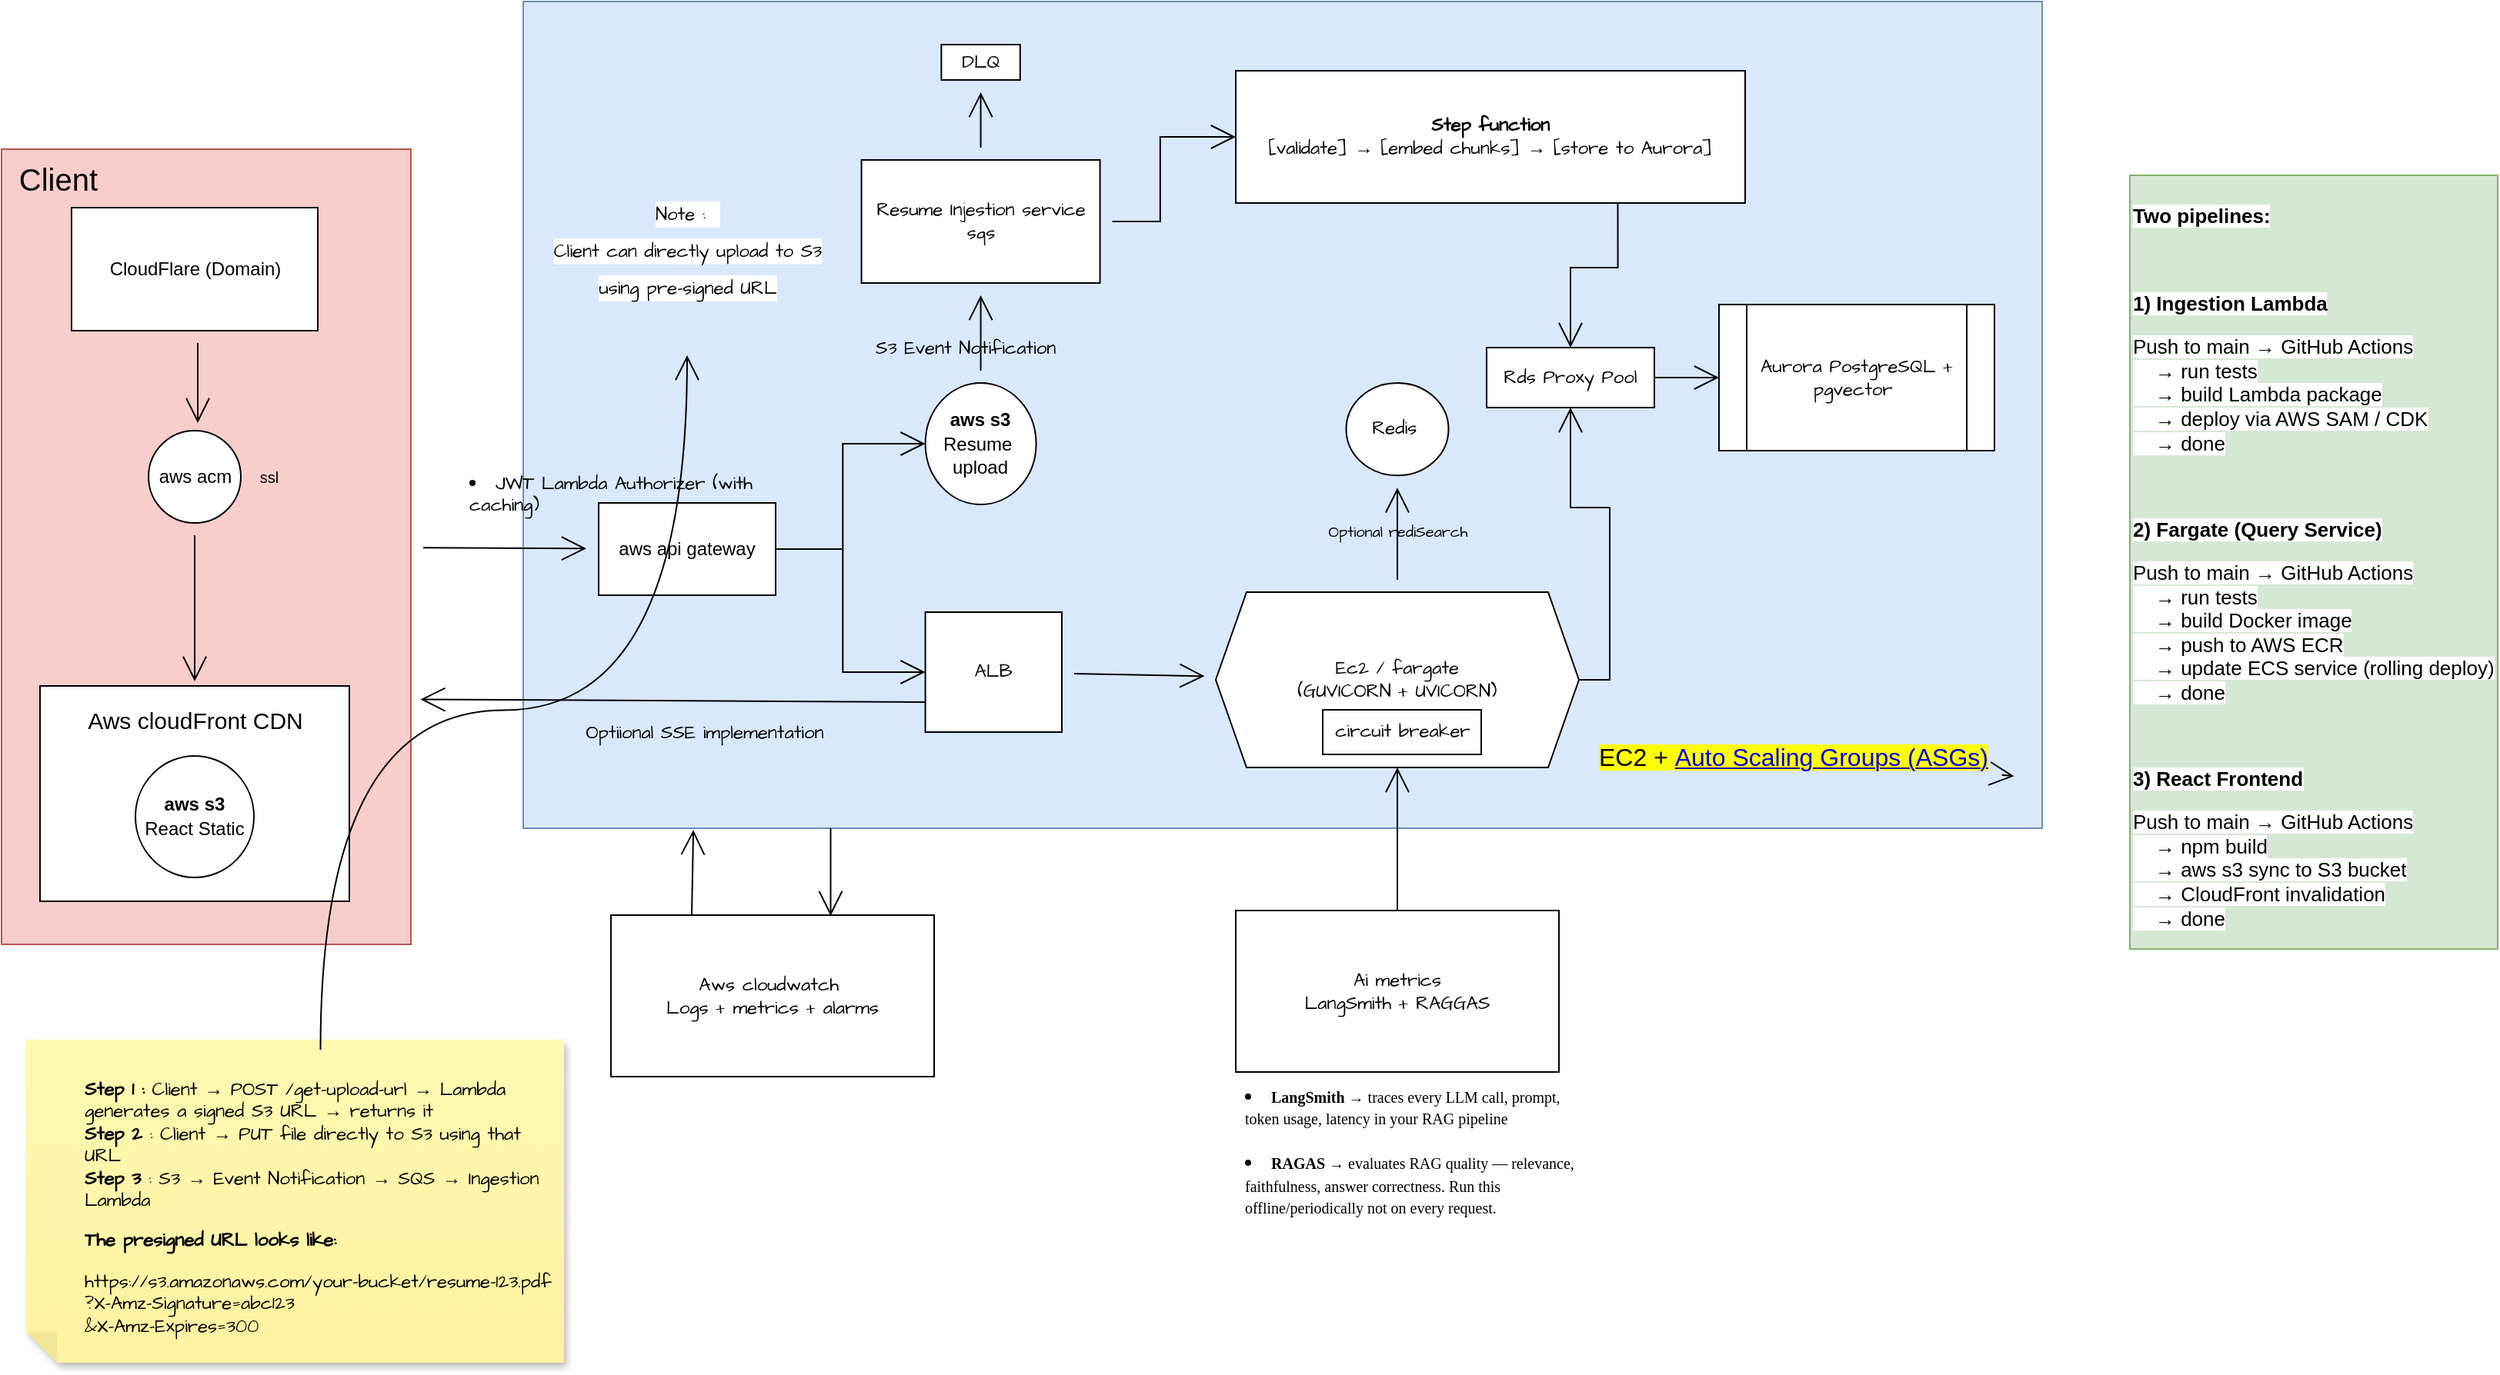
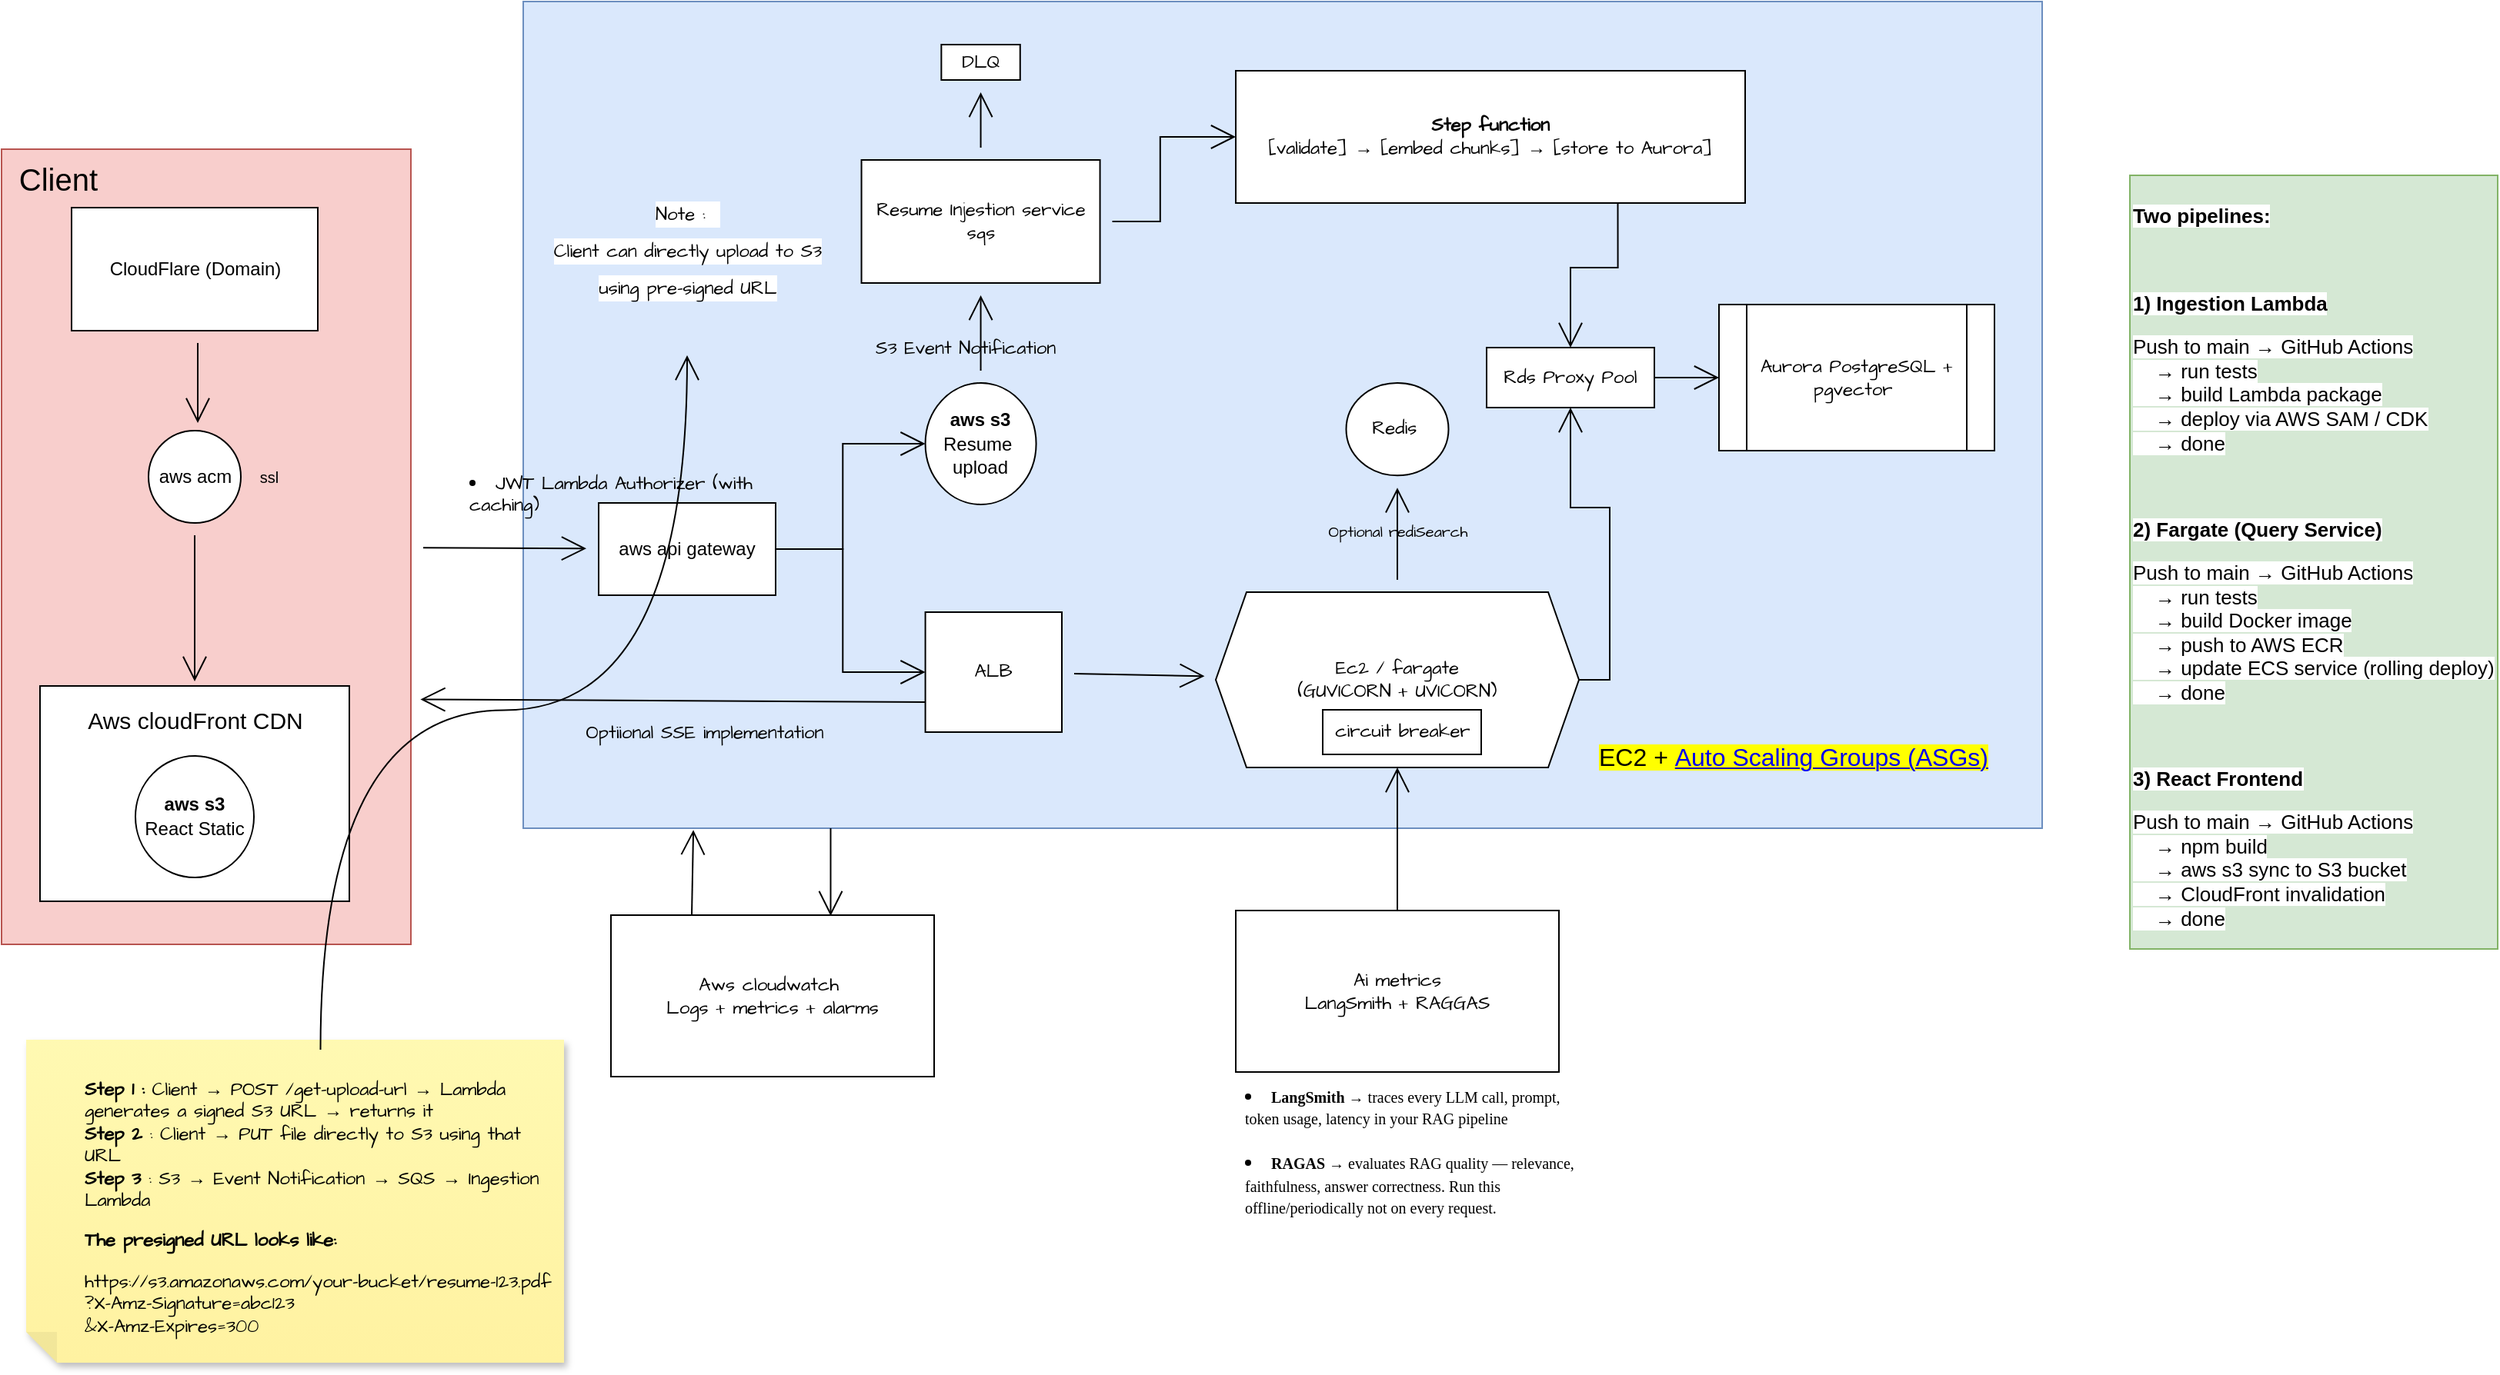
<mxfile host="app.diagrams.net">
  <diagram name="Page-1" id="SOHPCcRNUhLTlrNE90n2">
-     <mxGraphModel dx="2808" dy="1317" grid="0" gridSize="10" guides="1" tooltips="1" connect="1" arrows="1" fold="1" page="0" pageScale="1" pageWidth="850" pageHeight="1100" math="0" shadow="0">
+     <mxGraphModel dx="3210" dy="1500" grid="0" gridSize="10" guides="1" tooltips="1" connect="1" arrows="1" fold="1" page="0" pageScale="1" pageWidth="850" pageHeight="1100" math="0" shadow="0">
      <root>
        <mxCell id="0" />
        <mxCell id="1" parent="0" />
        <mxCell id="rra6tTRvJPethr66ALMW-102" parent="1" style="shape=note;whiteSpace=wrap;html=1;backgroundOutline=1;fontColor=#000000;darkOpacity=0.05;fillColor=#FFF9B2;strokeColor=none;fillStyle=solid;direction=west;gradientDirection=north;gradientColor=#FFF2A1;shadow=1;size=20;autosizeText=1;fontFamily=Architects Daughter;fontSource=https%3A%2F%2Ffonts.googleapis.com%2Fcss%3Ffamily%3DArchitects%2BDaughter;" value="" vertex="1">
          <mxGeometry height="210" width="349.5" x="-684" y="308" as="geometry" />
        </mxCell>
        <mxCell id="rra6tTRvJPethr66ALMW-70" parent="1" style="rounded=0;whiteSpace=wrap;html=1;fontFamily=Architects Daughter;fontSource=https%3A%2F%2Ffonts.googleapis.com%2Fcss%3Ffamily%3DArchitects%2BDaughter;fillColor=#dae8fc;strokeColor=#6c8ebf;" value="" vertex="1">
          <mxGeometry height="537.5" width="987" x="-361" y="-367" as="geometry" />
        </mxCell>
        <mxCell id="rra6tTRvJPethr66ALMW-100" edge="1" parent="1" source="rra6tTRvJPethr66ALMW-55" style="edgeStyle=orthogonalEdgeStyle;rounded=0;orthogonalLoop=1;jettySize=auto;html=1;exitX=0.75;exitY=1;exitDx=0;exitDy=0;entryX=0.5;entryY=0;entryDx=0;entryDy=0;fontFamily=Architects Daughter;fontSource=https%3A%2F%2Ffonts.googleapis.com%2Fcss%3Ffamily%3DArchitects%2BDaughter;fontSize=16;startSize=14;endArrow=open;endSize=14;sourcePerimeterSpacing=8;targetPerimeterSpacing=8;" target="rra6tTRvJPethr66ALMW-95">
          <mxGeometry relative="1" as="geometry" />
        </mxCell>
        <mxCell id="rra6tTRvJPethr66ALMW-55" parent="1" style="rounded=0;whiteSpace=wrap;html=1;fontFamily=Architects Daughter;fontSource=https%3A%2F%2Ffonts.googleapis.com%2Fcss%3Ffamily%3DArchitects%2BDaughter;" value="&lt;span style=&quot;text-align: left;&quot;&gt;&lt;b&gt;Step function&lt;/b&gt;&lt;br&gt;[validate] → [embed chunks] → [store to Aurora]&lt;/span&gt;" vertex="1">
          <mxGeometry height="86" width="331" x="102" y="-322" as="geometry" />
        </mxCell>
        <mxCell id="rra6tTRvJPethr66ALMW-19" edge="1" parent="1" source="rra6tTRvJPethr66ALMW-16" style="edgeStyle=none;curved=1;rounded=0;orthogonalLoop=1;jettySize=auto;html=1;fontFamily=Architects Daughter;fontSource=https%3A%2F%2Ffonts.googleapis.com%2Fcss%3Ffamily%3DArchitects%2BDaughter;fontSize=16;startSize=14;endArrow=open;endSize=14;sourcePerimeterSpacing=8;targetPerimeterSpacing=8;" target="rra6tTRvJPethr66ALMW-18" value="">
          <mxGeometry relative="1" as="geometry" />
        </mxCell>
        <mxCell id="rra6tTRvJPethr66ALMW-16" parent="1" style="rounded=0;whiteSpace=wrap;html=1;fontFamily=Architects Daughter;fontSource=https%3A%2F%2Ffonts.googleapis.com%2Fcss%3Ffamily%3DArchitects%2BDaughter;fillColor=#f8cecc;strokeColor=#b85450;" value="" vertex="1">
          <mxGeometry height="517" width="266" x="-700" y="-271" as="geometry" />
        </mxCell>
        <mxCell id="rra6tTRvJPethr66ALMW-2" parent="1" style="rounded=0;whiteSpace=wrap;html=1;fontFamily=Architects Daughter;fontSource=https%3A%2F%2Ffonts.googleapis.com%2Fcss%3Ffamily%3DArchitects%2BDaughter;" value="" vertex="1">
          <mxGeometry height="140" width="201" x="-675" y="78" as="geometry" />
        </mxCell>
        <mxCell id="rra6tTRvJPethr66ALMW-1" parent="1" style="ellipse;whiteSpace=wrap;html=1;fontFamily=Architects Daughter;fontSource=https%3A%2F%2Ffonts.googleapis.com%2Fcss%3Ffamily%3DArchitects%2BDaughter;" value="&lt;font face=&quot;Helvetica&quot;&gt;&lt;b&gt;aws s3&lt;/b&gt;&lt;br&gt;React Static&lt;/font&gt;" vertex="1">
          <mxGeometry height="79" width="77" x="-613" y="123.5" as="geometry" />
        </mxCell>
        <mxCell id="rra6tTRvJPethr66ALMW-3" parent="1" style="text;html=1;whiteSpace=wrap;strokeColor=none;fillColor=none;align=center;verticalAlign=middle;rounded=0;fontSize=20;fontFamily=Helvetica;" value="&lt;font style=&quot;font-size: 15px;&quot;&gt;Aws cloudFront CDN&lt;/font&gt;" vertex="1">
          <mxGeometry height="30" width="186" x="-667.5" y="83" as="geometry" />
        </mxCell>
        <mxCell id="rra6tTRvJPethr66ALMW-10" edge="1" parent="1" style="edgeStyle=none;curved=1;rounded=0;orthogonalLoop=1;jettySize=auto;html=1;fontFamily=Architects Daughter;fontSource=https%3A%2F%2Ffonts.googleapis.com%2Fcss%3Ffamily%3DArchitects%2BDaughter;fontSize=16;startSize=14;endArrow=open;endSize=14;sourcePerimeterSpacing=8;targetPerimeterSpacing=8;" value="">
          <mxGeometry relative="1" as="geometry">
            <mxPoint x="-572.5" y="-145" as="sourcePoint" />
            <mxPoint x="-572.5" y="-93" as="targetPoint" />
          </mxGeometry>
        </mxCell>
        <mxCell id="rra6tTRvJPethr66ALMW-5" parent="1" style="rounded=0;whiteSpace=wrap;html=1;fontFamily=Helvetica;" value="CloudFlare (Domain)" vertex="1">
          <mxGeometry height="80" width="160" x="-654.5" y="-233" as="geometry" />
        </mxCell>
        <mxCell id="rra6tTRvJPethr66ALMW-14" edge="1" parent="1" source="rra6tTRvJPethr66ALMW-12" style="edgeStyle=none;curved=1;rounded=0;orthogonalLoop=1;jettySize=auto;html=1;fontFamily=Architects Daughter;fontSource=https%3A%2F%2Ffonts.googleapis.com%2Fcss%3Ffamily%3DArchitects%2BDaughter;fontSize=16;startSize=14;endArrow=open;endSize=14;sourcePerimeterSpacing=8;targetPerimeterSpacing=8;" target="rra6tTRvJPethr66ALMW-3" value="">
          <mxGeometry relative="1" as="geometry" />
        </mxCell>
        <mxCell id="rra6tTRvJPethr66ALMW-12" parent="1" style="ellipse;whiteSpace=wrap;html=1;fontFamily=Architects Daughter;fontSource=https%3A%2F%2Ffonts.googleapis.com%2Fcss%3Ffamily%3DArchitects%2BDaughter;" value="&lt;font face=&quot;Helvetica&quot;&gt;aws acm&lt;/font&gt;" vertex="1">
          <mxGeometry height="60" width="60" x="-604.5" y="-88" as="geometry" />
        </mxCell>
        <mxCell id="rra6tTRvJPethr66ALMW-15" parent="1" style="text;html=1;whiteSpace=wrap;strokeColor=none;fillColor=none;align=center;verticalAlign=middle;rounded=0;fontSize=10;fontFamily=Helvetica;" value="&lt;font&gt;ssl&lt;/font&gt;" vertex="1">
          <mxGeometry height="18" width="32" x="-542" y="-67" as="geometry" />
        </mxCell>
        <mxCell id="rra6tTRvJPethr66ALMW-17" parent="1" style="text;html=1;whiteSpace=wrap;strokeColor=none;fillColor=none;align=center;verticalAlign=middle;rounded=0;fontSize=20;fontFamily=Architects Daughter;fontSource=https%3A%2F%2Ffonts.googleapis.com%2Fcss%3Ffamily%3DArchitects%2BDaughter;" value="&lt;font face=&quot;Helvetica&quot;&gt;Client&lt;/font&gt;" vertex="1">
          <mxGeometry height="30" width="60" x="-693" y="-266" as="geometry" />
        </mxCell>
        <mxCell id="rra6tTRvJPethr66ALMW-27" edge="1" parent="1" source="rra6tTRvJPethr66ALMW-18" style="edgeStyle=orthogonalEdgeStyle;rounded=0;orthogonalLoop=1;jettySize=auto;html=1;fontFamily=Architects Daughter;fontSource=https%3A%2F%2Ffonts.googleapis.com%2Fcss%3Ffamily%3DArchitects%2BDaughter;fontSize=16;startSize=14;endArrow=open;endSize=14;sourcePerimeterSpacing=8;targetPerimeterSpacing=8;entryX=0;entryY=0.5;entryDx=0;entryDy=0;" target="rra6tTRvJPethr66ALMW-42" value="">
          <mxGeometry relative="1" as="geometry">
            <mxPoint x="-103" y="-13.867567567567448" as="targetPoint" />
          </mxGeometry>
        </mxCell>
        <mxCell id="rra6tTRvJPethr66ALMW-47" edge="1" parent="1" source="rra6tTRvJPethr66ALMW-18" style="edgeStyle=orthogonalEdgeStyle;rounded=0;orthogonalLoop=1;jettySize=auto;html=1;exitX=1;exitY=0.5;exitDx=0;exitDy=0;entryX=0;entryY=0.5;entryDx=0;entryDy=0;fontFamily=Architects Daughter;fontSource=https%3A%2F%2Ffonts.googleapis.com%2Fcss%3Ffamily%3DArchitects%2BDaughter;fontSize=16;startSize=14;endArrow=open;endSize=14;sourcePerimeterSpacing=8;targetPerimeterSpacing=8;" target="rra6tTRvJPethr66ALMW-22">
          <mxGeometry relative="1" as="geometry" />
        </mxCell>
        <mxCell id="rra6tTRvJPethr66ALMW-18" parent="1" style="whiteSpace=wrap;html=1;fontFamily=Architects Daughter;rounded=0;fontSource=https%3A%2F%2Ffonts.googleapis.com%2Fcss%3Ffamily%3DArchitects%2BDaughter;" value="&lt;font face=&quot;Helvetica&quot;&gt;aws api gateway&lt;/font&gt;" vertex="1">
          <mxGeometry height="60" width="115" x="-312" y="-41" as="geometry" />
        </mxCell>
        <mxCell id="rra6tTRvJPethr66ALMW-57" edge="1" parent="1" source="rra6tTRvJPethr66ALMW-20" style="edgeStyle=none;curved=1;rounded=0;orthogonalLoop=1;jettySize=auto;html=1;fontFamily=Architects Daughter;fontSource=https%3A%2F%2Ffonts.googleapis.com%2Fcss%3Ffamily%3DArchitects%2BDaughter;fontSize=16;startSize=14;endArrow=open;endSize=14;sourcePerimeterSpacing=8;targetPerimeterSpacing=8;" target="rra6tTRvJPethr66ALMW-56" value="">
          <mxGeometry relative="1" as="geometry" />
        </mxCell>
        <mxCell id="rra6tTRvJPethr66ALMW-58" edge="1" parent="1" source="rra6tTRvJPethr66ALMW-20" style="edgeStyle=orthogonalEdgeStyle;rounded=0;orthogonalLoop=1;jettySize=auto;html=1;fontFamily=Architects Daughter;fontSource=https%3A%2F%2Ffonts.googleapis.com%2Fcss%3Ffamily%3DArchitects%2BDaughter;fontSize=16;startSize=14;endArrow=open;endSize=14;sourcePerimeterSpacing=8;targetPerimeterSpacing=8;entryX=0;entryY=0.5;entryDx=0;entryDy=0;" target="rra6tTRvJPethr66ALMW-55" value="">
          <mxGeometry relative="1" as="geometry">
            <mxPoint x="94.00000000000045" y="-224" as="targetPoint" />
          </mxGeometry>
        </mxCell>
        <mxCell id="rra6tTRvJPethr66ALMW-20" parent="1" style="rounded=0;whiteSpace=wrap;html=1;fontFamily=Architects Daughter;fontSource=https%3A%2F%2Ffonts.googleapis.com%2Fcss%3Ffamily%3DArchitects%2BDaughter;" value="Resume Injestion service&lt;br&gt;sqs" vertex="1">
          <mxGeometry height="80" width="155" x="-141.22000000000003" y="-264" as="geometry" />
        </mxCell>
        <mxCell id="rra6tTRvJPethr66ALMW-51" edge="1" parent="1" source="rra6tTRvJPethr66ALMW-22" style="edgeStyle=none;curved=1;rounded=0;orthogonalLoop=1;jettySize=auto;html=1;exitX=0;exitY=0.75;exitDx=0;exitDy=0;fontFamily=Architects Daughter;fontSource=https%3A%2F%2Ffonts.googleapis.com%2Fcss%3Ffamily%3DArchitects%2BDaughter;fontSize=16;startSize=14;endArrow=open;endSize=14;sourcePerimeterSpacing=8;targetPerimeterSpacing=8;">
          <mxGeometry relative="1" as="geometry">
            <mxPoint x="-427.7921840122767" y="86.71428571428578" as="targetPoint" />
          </mxGeometry>
        </mxCell>
        <mxCell id="rra6tTRvJPethr66ALMW-22" parent="1" style="rounded=0;whiteSpace=wrap;html=1;fontFamily=Architects Daughter;fontSource=https%3A%2F%2Ffonts.googleapis.com%2Fcss%3Ffamily%3DArchitects%2BDaughter;" value="ALB" vertex="1">
          <mxGeometry height="78" width="88.71" x="-99.71" y="30" as="geometry" />
        </mxCell>
        <mxCell id="rra6tTRvJPethr66ALMW-41" parent="1" style="text;whiteSpace=wrap;html=1;fontFamily=Architects Daughter;fontSource=https%3A%2F%2Ffonts.googleapis.com%2Fcss%3Ffamily%3DArchitects%2BDaughter;" value="&lt;li class=&quot;font-claude-response-body whitespace-normal break-words pl-2&quot;&gt;JWT Lambda Authorizer (with caching)&lt;/li&gt;" vertex="1">
          <mxGeometry height="34.14" width="232.29" x="-398" y="-67" as="geometry" />
        </mxCell>
        <mxCell id="rra6tTRvJPethr66ALMW-43" edge="1" parent="1" source="rra6tTRvJPethr66ALMW-42" style="edgeStyle=none;curved=1;rounded=0;orthogonalLoop=1;jettySize=auto;html=1;fontFamily=Architects Daughter;fontSource=https%3A%2F%2Ffonts.googleapis.com%2Fcss%3Ffamily%3DArchitects%2BDaughter;fontSize=16;startSize=14;endArrow=open;endSize=14;sourcePerimeterSpacing=8;targetPerimeterSpacing=8;" target="rra6tTRvJPethr66ALMW-20" value="">
          <mxGeometry relative="1" as="geometry" />
        </mxCell>
        <mxCell id="rra6tTRvJPethr66ALMW-42" parent="1" style="ellipse;whiteSpace=wrap;html=1;fontFamily=Architects Daughter;fontSource=https%3A%2F%2Ffonts.googleapis.com%2Fcss%3Ffamily%3DArchitects%2BDaughter;" value="&lt;font face=&quot;Helvetica&quot;&gt;&lt;b&gt;aws s3&lt;/b&gt;&lt;br&gt;Resume&amp;nbsp; upload&lt;/font&gt;" vertex="1">
          <mxGeometry height="79" width="72" x="-99.71" y="-119" as="geometry" />
        </mxCell>
        <mxCell id="rra6tTRvJPethr66ALMW-46" parent="1" style="shape=process;whiteSpace=wrap;html=1;backgroundOutline=1;fontFamily=Architects Daughter;fontSource=https%3A%2F%2Ffonts.googleapis.com%2Fcss%3Ffamily%3DArchitects%2BDaughter;" value="Aurora PostgreSQL + pgvector&amp;nbsp;" vertex="1">
          <mxGeometry height="95" width="179" x="416" y="-170" as="geometry" />
        </mxCell>
        <mxCell id="rra6tTRvJPethr66ALMW-48" edge="1" parent="1" source="rra6tTRvJPethr66ALMW-22" style="edgeStyle=none;curved=1;rounded=0;orthogonalLoop=1;jettySize=auto;html=1;fontFamily=Architects Daughter;fontSource=https%3A%2F%2Ffonts.googleapis.com%2Fcss%3Ffamily%3DArchitects%2BDaughter;fontSize=16;startSize=14;endArrow=open;endSize=14;sourcePerimeterSpacing=8;targetPerimeterSpacing=8;" target="rra6tTRvJPethr66ALMW-38" value="">
          <mxGeometry relative="1" as="geometry">
            <mxPoint x="100" y="65" as="sourcePoint" />
            <mxPoint x="417.5943068734091" y="60.00960425827361" as="targetPoint" />
          </mxGeometry>
        </mxCell>
        <mxCell id="rra6tTRvJPethr66ALMW-89" edge="1" parent="1" source="rra6tTRvJPethr66ALMW-38" style="edgeStyle=none;curved=1;rounded=0;orthogonalLoop=1;jettySize=auto;html=1;fontFamily=Architects Daughter;fontSource=https%3A%2F%2Ffonts.googleapis.com%2Fcss%3Ffamily%3DArchitects%2BDaughter;fontSize=16;startSize=14;endArrow=open;endSize=14;sourcePerimeterSpacing=8;targetPerimeterSpacing=8;" target="rra6tTRvJPethr66ALMW-50" value="">
          <mxGeometry relative="1" as="geometry" />
        </mxCell>
        <mxCell id="rra6tTRvJPethr66ALMW-96" edge="1" parent="1" source="rra6tTRvJPethr66ALMW-38" style="edgeStyle=orthogonalEdgeStyle;rounded=0;orthogonalLoop=1;jettySize=auto;html=1;exitX=1;exitY=0.5;exitDx=0;exitDy=0;entryX=0.5;entryY=1;entryDx=0;entryDy=0;fontFamily=Architects Daughter;fontSource=https%3A%2F%2Ffonts.googleapis.com%2Fcss%3Ffamily%3DArchitects%2BDaughter;fontSize=16;startSize=14;endArrow=open;endSize=14;sourcePerimeterSpacing=8;targetPerimeterSpacing=8;" target="rra6tTRvJPethr66ALMW-95">
          <mxGeometry relative="1" as="geometry" />
        </mxCell>
        <mxCell id="rra6tTRvJPethr66ALMW-38" parent="1" style="shape=hexagon;perimeter=hexagonPerimeter2;whiteSpace=wrap;html=1;fixedSize=1;fontFamily=Architects Daughter;fontSource=https%3A%2F%2Ffonts.googleapis.com%2Fcss%3Ffamily%3DArchitects%2BDaughter;" value="Ec2 / fargate&lt;br&gt;(GUVICORN + UVICORN)" vertex="1">
          <mxGeometry height="114" width="236" x="89" y="17" as="geometry" />
        </mxCell>
        <mxCell id="rra6tTRvJPethr66ALMW-50" parent="1" style="ellipse;whiteSpace=wrap;html=1;fontFamily=Architects Daughter;fontSource=https%3A%2F%2Ffonts.googleapis.com%2Fcss%3Ffamily%3DArchitects%2BDaughter;" value="Redis&amp;nbsp;" vertex="1">
          <mxGeometry height="60.14" width="66.5" x="173.75" y="-119" as="geometry" />
        </mxCell>
        <mxCell id="rra6tTRvJPethr66ALMW-53" parent="1" style="text;html=1;whiteSpace=wrap;strokeColor=none;fillColor=none;align=center;verticalAlign=middle;rounded=0;fontSize=12;fontFamily=Architects Daughter;fontSource=https%3A%2F%2Ffonts.googleapis.com%2Fcss%3Ffamily%3DArchitects%2BDaughter;" value="Optiional SSE implementation" vertex="1">
          <mxGeometry height="30" width="272" x="-378.85" y="93.5" as="geometry" />
        </mxCell>
        <mxCell id="rra6tTRvJPethr66ALMW-56" parent="1" style="rounded=0;whiteSpace=wrap;html=1;fontFamily=Architects Daughter;fontSource=https%3A%2F%2Ffonts.googleapis.com%2Fcss%3Ffamily%3DArchitects%2BDaughter;" value="DLQ" vertex="1">
          <mxGeometry height="23" width="51.21" x="-89.32" y="-339" as="geometry" />
        </mxCell>
        <mxCell id="rra6tTRvJPethr66ALMW-60" parent="1" style="text;whiteSpace=wrap;html=1;fontFamily=Architects Daughter;fontSource=https%3A%2F%2Ffonts.googleapis.com%2Fcss%3Ffamily%3DArchitects%2BDaughter;" value="S3 Event Notification" vertex="1">
          <mxGeometry height="36" width="145" x="-134" y="-155.00117675781252" as="geometry" />
        </mxCell>
        <mxCell id="rra6tTRvJPethr66ALMW-61" parent="1" style="text;html=1;whiteSpace=wrap;strokeColor=none;fillColor=none;align=center;verticalAlign=middle;rounded=0;fontSize=20;fontFamily=Architects Daughter;fontSource=https%3A%2F%2Ffonts.googleapis.com%2Fcss%3Ffamily%3DArchitects%2BDaughter;" value="&lt;font style=&quot;font-size: 10px;&quot;&gt;Optional rediSearch&lt;/font&gt;" vertex="1">
          <mxGeometry height="30" width="109" x="152.5" y="-41" as="geometry" />
        </mxCell>
        <mxCell id="rra6tTRvJPethr66ALMW-65" parent="1" style="rounded=0;whiteSpace=wrap;html=1;fontFamily=Architects Daughter;fontSource=https%3A%2F%2Ffonts.googleapis.com%2Fcss%3Ffamily%3DArchitects%2BDaughter;" value="Aws cloudwatch&amp;nbsp;&lt;br&gt;Logs + metrics + alarms" vertex="1">
          <mxGeometry height="105" width="210" x="-304" y="227" as="geometry" />
        </mxCell>
        <mxCell id="rra6tTRvJPethr66ALMW-94" edge="1" parent="1" source="rra6tTRvJPethr66ALMW-69" style="edgeStyle=none;curved=1;rounded=0;orthogonalLoop=1;jettySize=auto;html=1;exitX=0.5;exitY=0;exitDx=0;exitDy=0;entryX=0.5;entryY=1;entryDx=0;entryDy=0;fontFamily=Architects Daughter;fontSource=https%3A%2F%2Ffonts.googleapis.com%2Fcss%3Ffamily%3DArchitects%2BDaughter;fontSize=16;startSize=14;endArrow=open;endSize=14;sourcePerimeterSpacing=8;targetPerimeterSpacing=8;" target="rra6tTRvJPethr66ALMW-38">
          <mxGeometry relative="1" as="geometry" />
        </mxCell>
        <mxCell id="rra6tTRvJPethr66ALMW-69" parent="1" style="rounded=0;whiteSpace=wrap;html=1;fontFamily=Architects Daughter;fontSource=https%3A%2F%2Ffonts.googleapis.com%2Fcss%3Ffamily%3DArchitects%2BDaughter;" value="Ai metrics&lt;br&gt;LangSmith + RAGGAS" vertex="1">
          <mxGeometry height="105" width="210" x="102" y="224" as="geometry" />
        </mxCell>
        <mxCell id="rra6tTRvJPethr66ALMW-71" parent="1" style="rounded=0;whiteSpace=wrap;html=1;fontFamily=Architects Daughter;fontSource=https%3A%2F%2Ffonts.googleapis.com%2Fcss%3Ffamily%3DArchitects%2BDaughter;" value="circuit breaker" vertex="1">
          <mxGeometry height="29" width="103" x="158.5" y="93.5" as="geometry" />
        </mxCell>
        <mxCell id="rra6tTRvJPethr66ALMW-72" parent="1" style="text;whiteSpace=wrap;html=1;fontFamily=Architects Daughter;fontSource=https%3A%2F%2Ffonts.googleapis.com%2Fcss%3Ffamily%3DArchitects%2BDaughter;" value="&lt;li class=&quot;font-claude-response-body whitespace-normal break-words pl-2&quot;&gt;&lt;font face=&quot;Verdana&quot; style=&quot;font-size: 10px;&quot;&gt;&lt;strong&gt;LangSmith&lt;/strong&gt; → traces every LLM call, prompt, token usage, latency in your RAG pipeline&lt;/font&gt;&lt;/li&gt;&lt;font face=&quot;Verdana&quot; style=&quot;font-size: 10px;&quot;&gt;&lt;br&gt;&lt;/font&gt;&lt;li class=&quot;font-claude-response-body whitespace-normal break-words pl-2&quot;&gt;&lt;font face=&quot;Verdana&quot; style=&quot;font-size: 10px;&quot;&gt;&lt;strong&gt;RAGAS&lt;/strong&gt; → evaluates RAG quality — relevance, faithfulness, answer correctness. Run this offline/periodically not on every request.&lt;/font&gt;&lt;/li&gt;" vertex="1">
          <mxGeometry height="145" width="219" x="106" y="332" as="geometry" />
        </mxCell>
        <mxCell id="rra6tTRvJPethr66ALMW-76" edge="1" parent="1" style="edgeStyle=none;curved=1;rounded=0;orthogonalLoop=1;jettySize=auto;html=1;exitX=0.25;exitY=1;exitDx=0;exitDy=0;entryX=0.875;entryY=0.005;entryDx=0;entryDy=0;entryPerimeter=0;fontFamily=Architects Daughter;fontSource=https%3A%2F%2Ffonts.googleapis.com%2Fcss%3Ffamily%3DArchitects%2BDaughter;fontSize=16;startSize=14;endArrow=open;endSize=14;sourcePerimeterSpacing=8;targetPerimeterSpacing=8;">
          <mxGeometry relative="1" as="geometry">
            <mxPoint x="-161.25" y="170.50000000000023" as="sourcePoint" />
            <mxPoint x="-161.25" y="227.52500000000032" as="targetPoint" />
          </mxGeometry>
        </mxCell>
        <mxCell id="rra6tTRvJPethr66ALMW-78" edge="1" parent="1" source="rra6tTRvJPethr66ALMW-65" style="edgeStyle=none;curved=1;rounded=0;orthogonalLoop=1;jettySize=auto;html=1;exitX=0.25;exitY=0;exitDx=0;exitDy=0;entryX=0.112;entryY=1.002;entryDx=0;entryDy=0;entryPerimeter=0;fontFamily=Architects Daughter;fontSource=https%3A%2F%2Ffonts.googleapis.com%2Fcss%3Ffamily%3DArchitects%2BDaughter;fontSize=16;startSize=14;endArrow=open;endSize=14;sourcePerimeterSpacing=8;targetPerimeterSpacing=8;" target="rra6tTRvJPethr66ALMW-70">
          <mxGeometry relative="1" as="geometry" />
        </mxCell>
        <UserObject label="&lt;p class=&quot;font-claude-response-body break-words whitespace-normal leading-[1.7]&quot;&gt;&lt;strong&gt;&lt;font face=&quot;Helvetica&quot; style=&quot;background-color: light-dark(#ffffff, var(--ge-dark-color, #121212)); font-size: 13px;&quot;&gt;Two pipelines:&lt;/font&gt;&lt;/strong&gt;&lt;/p&gt;&lt;font face=&quot;Helvetica&quot; style=&quot;background-color: light-dark(#ffffff, var(--ge-dark-color, #121212)); font-size: 13px;&quot;&gt;&lt;br&gt;&lt;/font&gt;&lt;p class=&quot;font-claude-response-body break-words whitespace-normal leading-[1.7]&quot;&gt;&lt;strong&gt;&lt;font face=&quot;Helvetica&quot; style=&quot;background-color: light-dark(#ffffff, var(--ge-dark-color, #121212)); font-size: 13px;&quot;&gt;1) Ingestion Lambda&lt;/font&gt;&lt;/strong&gt;&lt;/p&gt;&lt;div role=&quot;group&quot; aria-label=&quot;Code&quot; tabindex=&quot;0&quot; class=&quot;relative group/copy bg-bg-000/50 border-0.5 border-border-400 rounded-lg focus:outline-none focus-visible:ring-2 focus-visible:ring-accent-100&quot;&gt;&lt;div class=&quot;overflow-x-auto&quot;&gt;&lt;pre class=&quot;code-block__code !my-0 !rounded-lg !text-sm !leading-relaxed p-3.5&quot; style=&quot;background: transparent;&quot;&gt;&lt;code style=&quot;background-image: initial; background-position: initial; background-size: initial; background-repeat: initial; background-attachment: initial; background-origin: initial; background-clip: initial; white-space: pre-wrap;&quot;&gt;&lt;font face=&quot;Helvetica&quot; style=&quot;background-color: light-dark(#ffffff, var(--ge-dark-color, #121212)); font-size: 13px;&quot;&gt;&lt;span&gt;&lt;span&gt;Push to main → GitHub Actions&lt;br&gt;&lt;/span&gt;&lt;/span&gt;&lt;span&gt;    → run tests&lt;br&gt;&lt;/span&gt;&lt;span&gt;    → build Lambda package&lt;br&gt;&lt;/span&gt;&lt;span&gt;    → deploy via AWS SAM / CDK&lt;br&gt;&lt;/span&gt;&lt;span&gt;    → done&lt;/span&gt;&lt;/font&gt;&lt;/code&gt;&lt;/pre&gt;&lt;/div&gt;&lt;/div&gt;&lt;font face=&quot;Helvetica&quot; style=&quot;background-color: light-dark(#ffffff, var(--ge-dark-color, #121212)); font-size: 13px;&quot;&gt;&lt;br&gt;&lt;/font&gt;&lt;p class=&quot;font-claude-response-body break-words whitespace-normal leading-[1.7]&quot;&gt;&lt;strong&gt;&lt;font face=&quot;Helvetica&quot; style=&quot;background-color: light-dark(#ffffff, var(--ge-dark-color, #121212)); font-size: 13px;&quot;&gt;2) Fargate (Query Service)&lt;/font&gt;&lt;/strong&gt;&lt;/p&gt;&lt;div role=&quot;group&quot; aria-label=&quot;Code&quot; tabindex=&quot;0&quot; class=&quot;relative group/copy bg-bg-000/50 border-0.5 border-border-400 rounded-lg focus:outline-none focus-visible:ring-2 focus-visible:ring-accent-100&quot;&gt;&lt;div class=&quot;overflow-x-auto&quot;&gt;&lt;pre class=&quot;code-block__code !my-0 !rounded-lg !text-sm !leading-relaxed p-3.5&quot; style=&quot;background: transparent;&quot;&gt;&lt;code style=&quot;background-image: initial; background-position: initial; background-size: initial; background-repeat: initial; background-attachment: initial; background-origin: initial; background-clip: initial; white-space: pre-wrap;&quot;&gt;&lt;font face=&quot;Helvetica&quot; style=&quot;background-color: light-dark(#ffffff, var(--ge-dark-color, #121212)); font-size: 13px;&quot;&gt;&lt;span&gt;&lt;span&gt;Push to main → GitHub Actions&lt;br&gt;&lt;/span&gt;&lt;/span&gt;&lt;span&gt;    → run tests&lt;br&gt;&lt;/span&gt;&lt;span&gt;    → build Docker image&lt;br&gt;&lt;/span&gt;&lt;span&gt;    → push to AWS ECR&lt;br&gt;&lt;/span&gt;&lt;span&gt;    → update ECS service (rolling deploy)&lt;br&gt;&lt;/span&gt;&lt;span&gt;    → done&lt;/span&gt;&lt;/font&gt;&lt;/code&gt;&lt;/pre&gt;&lt;/div&gt;&lt;/div&gt;&lt;font face=&quot;Helvetica&quot; style=&quot;background-color: light-dark(#ffffff, var(--ge-dark-color, #121212)); font-size: 13px;&quot;&gt;&lt;br&gt;&lt;/font&gt;&lt;p class=&quot;font-claude-response-body break-words whitespace-normal leading-[1.7]&quot;&gt;&lt;strong&gt;&lt;font face=&quot;Helvetica&quot; style=&quot;background-color: light-dark(#ffffff, var(--ge-dark-color, #121212)); font-size: 13px;&quot;&gt;3) React Frontend&lt;/font&gt;&lt;/strong&gt;&lt;/p&gt;&lt;div role=&quot;group&quot; aria-label=&quot;Code&quot; tabindex=&quot;0&quot; class=&quot;relative group/copy bg-bg-000/50 border-0.5 border-border-400 rounded-lg focus:outline-none focus-visible:ring-2 focus-visible:ring-accent-100&quot;&gt;&lt;div class=&quot;overflow-x-auto&quot;&gt;&lt;pre class=&quot;code-block__code !my-0 !rounded-lg !text-sm !leading-relaxed p-3.5&quot; style=&quot;background: transparent;&quot;&gt;&lt;code style=&quot;background-image: initial; background-position: initial; background-size: initial; background-repeat: initial; background-attachment: initial; background-origin: initial; background-clip: initial; white-space: pre-wrap;&quot;&gt;&lt;font face=&quot;Helvetica&quot; style=&quot;background-color: light-dark(#ffffff, var(--ge-dark-color, #121212)); font-size: 13px;&quot;&gt;Push to main → GitHub Actions&lt;br&gt;    → npm build&lt;br&gt;    → aws s3 sync to S3 bucket&lt;br&gt;    → CloudFront invalidation&lt;br&gt;    → done&lt;/font&gt;&lt;/code&gt;&lt;/pre&gt;&lt;/div&gt;&lt;/div&gt;" id="rra6tTRvJPethr66ALMW-85">
          <mxCell parent="1" style="text;whiteSpace=wrap;html=1;fontFamily=Architects Daughter;fontSource=https%3A%2F%2Ffonts.googleapis.com%2Fcss%3Ffamily%3DArchitects%2BDaughter;fillColor=#d5e8d4;strokeColor=#82b366;" vertex="1">
            <mxGeometry height="503" width="239" x="683" y="-254" as="geometry" />
          </mxCell>
        </UserObject>
        <mxCell id="rra6tTRvJPethr66ALMW-90" parent="1" style="text;html=1;whiteSpace=wrap;strokeColor=none;fillColor=none;align=center;verticalAlign=middle;rounded=0;fontSize=20;fontFamily=Architects Daughter;fontSource=https%3A%2F%2Ffonts.googleapis.com%2Fcss%3Ffamily%3DArchitects%2BDaughter;" value="&lt;font style=&quot;font-size: 12px; background-color: light-dark(#ffffff, var(--ge-dark-color, #121212));&quot;&gt;Note :&amp;nbsp;&amp;nbsp;&lt;br&gt;Client can directly upload to S3 using pre-signed URL&lt;/font&gt;" vertex="1">
          <mxGeometry height="143" width="204" x="-356.5" y="-280" as="geometry" />
        </mxCell>
        <mxCell id="rra6tTRvJPethr66ALMW-98" edge="1" parent="1" source="rra6tTRvJPethr66ALMW-95" style="edgeStyle=none;curved=1;rounded=0;orthogonalLoop=1;jettySize=auto;html=1;exitX=1;exitY=0.5;exitDx=0;exitDy=0;entryX=0;entryY=0.5;entryDx=0;entryDy=0;fontFamily=Architects Daughter;fontSource=https%3A%2F%2Ffonts.googleapis.com%2Fcss%3Ffamily%3DArchitects%2BDaughter;fontSize=16;startSize=14;endArrow=open;endSize=14;sourcePerimeterSpacing=8;targetPerimeterSpacing=8;" target="rra6tTRvJPethr66ALMW-46">
          <mxGeometry relative="1" as="geometry" />
        </mxCell>
        <mxCell id="rra6tTRvJPethr66ALMW-95" parent="1" style="rounded=0;whiteSpace=wrap;html=1;fontFamily=Architects Daughter;fontSource=https%3A%2F%2Ffonts.googleapis.com%2Fcss%3Ffamily%3DArchitects%2BDaughter;" value="Rds Proxy Pool" vertex="1">
          <mxGeometry height="39" width="109" x="265" y="-142" as="geometry" />
        </mxCell>
        <mxCell id="rra6tTRvJPethr66ALMW-103" edge="1" parent="1" source="rra6tTRvJPethr66ALMW-101" style="edgeStyle=orthogonalEdgeStyle;curved=1;rounded=0;orthogonalLoop=1;jettySize=auto;html=1;exitX=0.5;exitY=0;exitDx=0;exitDy=0;entryX=0.5;entryY=1;entryDx=0;entryDy=0;fontFamily=Architects Daughter;fontSource=https%3A%2F%2Ffonts.googleapis.com%2Fcss%3Ffamily%3DArchitects%2BDaughter;fontSize=16;startSize=14;endArrow=open;endSize=14;sourcePerimeterSpacing=8;targetPerimeterSpacing=8;" target="rra6tTRvJPethr66ALMW-90">
          <mxGeometry relative="1" as="geometry" />
        </mxCell>
        <UserObject label="&lt;div role=&quot;group&quot; aria-label=&quot;Code&quot; tabindex=&quot;0&quot; class=&quot;relative group/copy bg-bg-000/50 border-0.5 border-border-400 rounded-lg focus:outline-none focus-visible:ring-2 focus-visible:ring-accent-100&quot;&gt;&lt;div class=&quot;overflow-x-auto&quot;&gt;&lt;pre class=&quot;code-block__code !my-0 !rounded-lg !text-sm !leading-relaxed p-3.5&quot; style=&quot;background: transparent; font-family: var(--font-mono);&quot;&gt;&lt;code style=&quot;background: transparent; font-family: var(--font-mono); white-space: pre-wrap;&quot;&gt;&lt;font&gt;&lt;b&gt;Step 1 :&lt;/b&gt; Client → POST /get-upload-url → Lambda generates a signed S3 URL → returns it&lt;br&gt;&lt;b&gt;Step 2 &lt;/b&gt;: Client → PUT file directly to S3 using that URL&lt;br&gt;&lt;b&gt;Step 3 &lt;/b&gt;: S3 → Event Notification → SQS → Ingestion Lambda&lt;/font&gt;&lt;/code&gt;&lt;/pre&gt;&lt;/div&gt;&lt;/div&gt;&lt;p class=&quot;font-claude-response-body break-words whitespace-normal leading-[1.7]&quot;&gt;&lt;strong&gt;&lt;font&gt;The presigned URL looks like:&lt;/font&gt;&lt;/strong&gt;&lt;/p&gt;&lt;div role=&quot;group&quot; aria-label=&quot;Code&quot; tabindex=&quot;0&quot; class=&quot;relative group/copy bg-bg-000/50 border-0.5 border-border-400 rounded-lg focus:outline-none focus-visible:ring-2 focus-visible:ring-accent-100&quot;&gt;&lt;div class=&quot;overflow-x-auto&quot;&gt;&lt;pre class=&quot;code-block__code !my-0 !rounded-lg !text-sm !leading-relaxed p-3.5&quot; style=&quot;background: transparent; font-family: var(--font-mono);&quot;&gt;&lt;code style=&quot;background: transparent; font-family: var(--font-mono); white-space: pre-wrap;&quot;&gt;&lt;font&gt;&lt;span&gt;https://s3.amazonaws.com/your-bucket/resume-123.pdf&lt;br&gt;&lt;/span&gt;?X-Amz-Signature=abc123&lt;br&gt;&amp;amp;X-Amz-Expires=300&lt;/font&gt;&lt;/code&gt;&lt;/pre&gt;&lt;/div&gt;&lt;/div&gt;" link="&lt;div role=&quot;group&quot; aria-label=&quot;Code&quot; tabindex=&quot;0&quot; class=&quot;relative group/copy bg-bg-000/50 border-0.5 border-border-400 rounded-lg focus:outline-none focus-visible:ring-2 focus-visible:ring-accent-100&quot;&gt;&lt;div class=&quot;overflow-x-auto&quot;&gt;&lt;pre class=&quot;code-block__code !my-0 !rounded-lg !text-sm !leading-relaxed p-3.5&quot; style=&quot;color: rgb(234, 236, 240); background: transparent; font-family: var(--font-mono);&quot;&gt;&lt;code style=&quot;color: rgb(234, 236, 240); background: transparent; font-family: var(--font-mono); white-space: pre-wrap;&quot;&gt;&lt;span&gt;&lt;span&gt;Step 1: Client → POST /get-upload-url → Lambda generates a signed S3 URL → returns it&#xa;&lt;/span&gt;&lt;/span&gt;&lt;span&gt;Step 2: Client → PUT file directly to S3 using that URL&#xa;&lt;/span&gt;&lt;span&gt;        (your servers never touch the file)&#xa;&lt;/span&gt;&lt;span&gt;Step 3: S3 → Event Notification → SQS → Ingestion Lambda&lt;/span&gt;&lt;/code&gt;&lt;/pre&gt;&lt;/div&gt;&lt;/div&gt;&#xa;&lt;p class=&quot;font-claude-response-body break-words whitespace-normal leading-[1.7]&quot;&gt;&lt;strong&gt;The presigned URL looks like:&lt;/strong&gt;&lt;/p&gt;&#xa;&lt;div role=&quot;group&quot; aria-label=&quot;Code&quot; tabindex=&quot;0&quot; class=&quot;relative group/copy bg-bg-000/50 border-0.5 border-border-400 rounded-lg focus:outline-none focus-visible:ring-2 focus-visible:ring-accent-100&quot;&gt;&lt;div class=&quot;sticky opacity-0 group-hover/copy:opacity-100 group-focus-within/copy:opacity-100 top-2 py-2 h-12 w-0 float-right&quot;&gt;&lt;div class=&quot;absolute right-0 h-8 px-2 items-center inline-flex z-10&quot;&gt;&lt;button class=&quot;inline-flex&#xa;  items-center&#xa;  justify-center&#xa;  relative&#xa;  isolate&#xa;  shrink-0&#xa;  can-focus&#xa;  select-none&#xa;  disabled:pointer-events-none&#xa;  disabled:opacity-50&#xa;  disabled:shadow-none&#xa;  disabled:drop-shadow-none border-transparent&#xa;          transition&#xa;          font-base&#xa;          duration-300&#xa;          ease-[cubic-bezier(0.165,0.85,0.45,1)] h-8 w-8 rounded-md backdrop-blur-md _fill_10ocf_9 _ghost_10ocf_96&quot; type=&quot;button&quot; aria-label=&quot;Copy to clipboard&quot; data-state=&quot;closed&quot;&gt;&lt;div class=&quot;relative&quot;&gt;&lt;div class=&quot;transition-all opacity-100 scale-100&quot; style=&quot;width: 20px; height: 20px; display: flex; align-items: center; justify-content: center;&quot;&gt;&lt;svg width=&quot;20&quot; height=&quot;20&quot; viewBox=&quot;0 0 20 20&quot; fill=&quot;currentColor&quot; xmlns=&quot;http://www.w3.org/2000/svg&quot; class=&quot;transition-all opacity-100 scale-100&quot; aria-hidden=&quot;true&quot; style=&quot;flex-shrink: 0;&quot;&gt;&lt;path d=&quot;M12.5 3A1.5 1.5 0 0 1 14 4.5V6h1.5A1.5 1.5 0 0 1 17 7.5v8a1.5 1.5 0 0 1-1.5 1.5h-8A1.5 1.5 0 0 1 6 15.5V14H4.5A1.5 1.5 0 0 1 3 12.5v-8A1.5 1.5 0 0 1 4.5 3zm1.5 9.5a1.5 1.5 0 0 1-1.5 1.5H7v1.5a.5.5 0 0 0 .5.5h8a.5.5 0 0 0 .5-.5v-8a.5.5 0 0 0-.5-.5H14zM4.5 4a.5.5 0 0 0-.5.5v8a.5.5 0 0 0 .5.5h8a.5.5 0 0 0 .5-.5v-8a.5.5 0 0 0-.5-.5z&quot;&gt;&lt;/path&gt;&lt;/svg&gt;&lt;/div&gt;&lt;div class=&quot;absolute inset-0 flex items-center justify-center&quot;&gt;&lt;div class=&quot;transition-all opacity-0 scale-50&quot; style=&quot;width: 20px; height: 20px; display: flex; align-items: center; justify-content: center;&quot;&gt;&lt;svg width=&quot;20&quot; height=&quot;20&quot; viewBox=&quot;0 0 20 20&quot; fill=&quot;currentColor&quot; xmlns=&quot;http://www.w3.org/2000/svg&quot; class=&quot;transition-all opacity-0 scale-50&quot; aria-hidden=&quot;true&quot; style=&quot;flex-shrink: 0;&quot;&gt;&lt;path d=&quot;M15.188 5.11a.5.5 0 0 1 .752.626l-.056.084-7.5 9a.5.5 0 0 1-.738.033l-3.5-3.5-.064-.078a.501.501 0 0 1 .693-.693l.078.064 3.113 3.113 7.15-8.58z&quot;&gt;&lt;/path&gt;&lt;/svg&gt;&lt;/div&gt;&lt;/div&gt;&lt;/div&gt;&lt;/button&gt;&lt;/div&gt;&lt;/div&gt;&lt;div class=&quot;overflow-x-auto&quot;&gt;&lt;pre class=&quot;code-block__code !my-0 !rounded-lg !text-sm !leading-relaxed p-3.5&quot; style=&quot;color: rgb(234, 236, 240); background: transparent; font-family: var(--font-mono);&quot;&gt;&lt;code style=&quot;color: rgb(234, 236, 240); background: transparent; font-family: var(--font-mono); white-space: pre-wrap;&quot;&gt;&lt;span&gt;&lt;span&gt;https://s3.amazonaws.com/your-bucket/resume-123.pdf&#xa;&lt;/span&gt;&lt;/span&gt;&lt;span&gt;?X-Amz-Signature=abc123&#xa;&lt;/span&gt;&lt;span&gt;&amp;amp;X-Amz-Expires=300&lt;/span&gt;&lt;/code&gt;&lt;/pre&gt;&lt;/div&gt;&lt;/div&gt;" id="rra6tTRvJPethr66ALMW-101">
          <mxCell parent="1" style="text;whiteSpace=wrap;html=1;fontFamily=Architects Daughter;fontSource=https%3A%2F%2Ffonts.googleapis.com%2Fcss%3Ffamily%3DArchitects%2BDaughter;" vertex="1">
            <mxGeometry height="197" width="311" x="-648.25" y="314.5" as="geometry" />
          </mxCell>
        </UserObject>
        <UserObject label="&lt;mark class=&quot;HxTRcb&quot; data-sfc-root=&quot;c&quot; data-wiz-uids=&quot;N6ErTe_h&quot; data-sfc-cb=&quot;&quot; data-ved=&quot;2ahUKEwjY982R47KUAxXSTWwGHbviLGcQuJAPegoIAggACAEIBRAB&quot; data-processed=&quot;true&quot; data-copy-service-computed-style=&quot;font-family: &amp;quot;Google Sans&amp;quot;, Arial, sans-serif; font-size: 16px; font-weight: 500; margin: 0px; text-decoration: none; border-bottom: 0px rgb(0, 29, 53);&quot; style=&quot;font-family: &amp;quot;Google Sans&amp;quot;, Arial, sans-serif; font-size: 16px; font-weight: 500; margin: 0px; text-decoration: none; border-bottom: 0px rgb(0, 29, 53);&quot;&gt;&lt;span data-sfc-cp=&quot;&quot; data-sfc-root=&quot;c&quot; data-sfc-cb=&quot;&quot; data-processed=&quot;true&quot; data-copy-service-computed-style=&quot;font-family: &amp;quot;Google Sans&amp;quot;, Arial, sans-serif; font-size: 16px; font-weight: 500; margin: 0px; text-decoration: none; border-bottom: 0px rgb(0, 29, 53);&quot; style=&quot;font-family: &amp;quot;Google Sans&amp;quot;, Arial, sans-serif; font-size: 16px; font-weight: 500; margin: 0px; text-decoration: none; border-bottom: 0px rgb(0, 29, 53);&quot;&gt;EC2 +&amp;nbsp;&lt;a class=&quot;H23r4e&quot; target=&quot;_blank&quot; rel=&quot;noopener&quot; data-hveid=&quot;CAIIAAgBCAUQAg&quot; href=&quot;https://docs.aws.amazon.com/autoscaling/ec2/userguide/auto-scaling-groups.html&quot; data-processed=&quot;true&quot; aria-label=&quot;Auto Scaling Groups (ASGs). Link preview. Site: Amazon AWS Documentation. Title: Auto Scaling groups - AWS Documentation. URL: https://docs.aws.amazon.com/autoscaling/ec2/userguide/auto-scaling-groups.html.&quot; data-copy-service-computed-style=&quot;font-family: &amp;quot;Google Sans&amp;quot;, Arial, sans-serif; font-size: 16px; font-weight: 500; margin: 0px; text-decoration: underline 1px rgb(26, 13, 171); border-bottom: 0px rgb(26, 13, 171);&quot; style=&quot;font-family: &amp;quot;Google Sans&amp;quot;, Arial, sans-serif; font-size: 16px; font-weight: 500; margin: 0px; text-decoration: underline 1px rgb(26, 13, 171); border-bottom: 0px rgb(26, 13, 171);&quot;&gt;&lt;span class=&quot;N9Q8Lc&quot; data-copy-service-computed-style=&quot;font-family: &amp;quot;Google Sans&amp;quot;, Arial, sans-serif; font-size: 16px; font-weight: 500; margin: 0px; text-decoration: none; border-bottom: 0px rgb(26, 13, 171);&quot; style=&quot;font-family: &amp;quot;Google Sans&amp;quot;, Arial, sans-serif; font-size: 16px; font-weight: 500; margin: 0px; text-decoration: none; border-bottom: 0px rgb(26, 13, 171);&quot;&gt;Auto Scaling Groups (ASGs)&lt;/span&gt;&lt;/a&gt;&lt;/span&gt;&lt;/mark&gt;" link="&lt;mark class=&quot;HxTRcb&quot; data-sfc-root=&quot;c&quot; data-wiz-uids=&quot;N6ErTe_h&quot; data-sfc-cb=&quot;&quot; data-ved=&quot;2ahUKEwjY982R47KUAxXSTWwGHbviLGcQuJAPegoIAggACAEIBRAB&quot; data-processed=&quot;true&quot; data-copy-service-computed-style=&quot;font-family: &amp;quot;Google Sans&amp;quot;, Arial, sans-serif; font-size: 16px; font-weight: 500; margin: 0px; text-decoration: none; border-bottom: 0px rgb(0, 29, 53);&quot; style=&quot;font-family: &amp;quot;Google Sans&amp;quot;, Arial, sans-serif; font-size: 16px; font-weight: 500; margin: 0px; text-decoration: none; border-bottom: 0px rgb(0, 29, 53);&quot;&gt;&lt;span data-sfc-cp=&quot;&quot; data-sfc-root=&quot;c&quot; data-sfc-cb=&quot;&quot; data-processed=&quot;true&quot; data-copy-service-computed-style=&quot;font-family: &amp;quot;Google Sans&amp;quot;, Arial, sans-serif; font-size: 16px; font-weight: 500; margin: 0px; text-decoration: none; border-bottom: 0px rgb(0, 29, 53);&quot; style=&quot;font-family: &amp;quot;Google Sans&amp;quot;, Arial, sans-serif; font-size: 16px; font-weight: 500; margin: 0px; text-decoration: none; border-bottom: 0px rgb(0, 29, 53);&quot;&gt;&lt;a class=&quot;H23r4e&quot; target=&quot;_blank&quot; rel=&quot;noopener&quot; data-hveid=&quot;CAIIAAgBCAUQAg&quot; href=&quot;https://docs.aws.amazon.com/autoscaling/ec2/userguide/auto-scaling-groups.html&quot; data-processed=&quot;true&quot; aria-label=&quot;Auto Scaling Groups (ASGs). Link preview. Site: Amazon AWS Documentation. Title: Auto Scaling groups - AWS Documentation. URL: https://docs.aws.amazon.com/autoscaling/ec2/userguide/auto-scaling-groups.html.&quot; data-copy-service-computed-style=&quot;font-family: &amp;quot;Google Sans&amp;quot;, Arial, sans-serif; font-size: 16px; font-weight: 500; margin: 0px; text-decoration: underline 1px rgb(26, 13, 171); border-bottom: 0px rgb(26, 13, 171);&quot; style=&quot;font-family: &amp;quot;Google Sans&amp;quot;, Arial, sans-serif; font-size: 16px; font-weight: 500; margin: 0px; text-decoration: underline 1px rgb(26, 13, 171); border-bottom: 0px rgb(26, 13, 171);&quot;&gt;&lt;span class=&quot;N9Q8Lc&quot; data-copy-service-computed-style=&quot;font-family: &amp;quot;Google Sans&amp;quot;, Arial, sans-serif; font-size: 16px; font-weight: 500; margin: 0px; text-decoration: none; border-bottom: 0px rgb(26, 13, 171);&quot; style=&quot;font-family: &amp;quot;Google Sans&amp;quot;, Arial, sans-serif; font-size: 16px; font-weight: 500; margin: 0px; text-decoration: none; border-bottom: 0px rgb(26, 13, 171);&quot;&gt;Auto Scaling Groups (ASGs)&lt;/span&gt;&lt;/a&gt;&lt;/span&gt;&lt;/mark&gt;&lt;span class=&quot;N9Q8Lc&quot; data-copy-service-computed-style=&quot;font-family: &amp;quot;Google Sans&amp;quot;, Arial, sans-serif; font-size: 16px; font-weight: 400; margin: 0px; text-decoration: none; border-bottom: 0px rgb(10, 10, 10);&quot; style=&quot;font-family: &amp;quot;Google Sans&amp;quot;, Arial, sans-serif; font-size: 16px; font-weight: 400; margin: 0px; text-decoration: none; border-bottom: 0px rgb(10, 10, 10);&quot;&gt;.&lt;/span&gt;&lt;span&gt; [&lt;a href=&quot;https://www.youtube.com/watch?v=fwfkSxb1T-s&quot;&gt;1&lt;/a&gt;, &lt;a href=&quot;https://www.youtube.com/shorts/qnM207tATSA&quot;&gt;2&lt;/a&gt;]&lt;/span&gt;" id="rra6tTRvJPethr66ALMW-104">
          <mxCell parent="1" style="text;whiteSpace=wrap;html=1;fontFamily=Architects Daughter;fontSource=https%3A%2F%2Ffonts.googleapis.com%2Fcss%3Ffamily%3DArchitects%2BDaughter;" vertex="1">
            <mxGeometry height="27.82" width="263.79" x="336" y="108.00000000000006" as="geometry" />
          </mxCell>
        </UserObject>
-         <mxCell id="rra6tTRvJPethr66ALMW-105" edge="1" parent="1" source="rra6tTRvJPethr66ALMW-104" style="edgeStyle=none;curved=1;rounded=0;orthogonalLoop=1;jettySize=auto;html=1;exitX=1;exitY=1;exitDx=0;exitDy=0;fontFamily=Architects Daughter;fontSource=https%3A%2F%2Ffonts.googleapis.com%2Fcss%3Ffamily%3DArchitects%2BDaughter;fontSize=16;startSize=14;endArrow=open;endSize=14;sourcePerimeterSpacing=8;targetPerimeterSpacing=8;" target="rra6tTRvJPethr66ALMW-104">
-           <mxGeometry relative="1" as="geometry" />
-         </mxCell>
      </root>
    </mxGraphModel>
  </diagram>
</mxfile>
